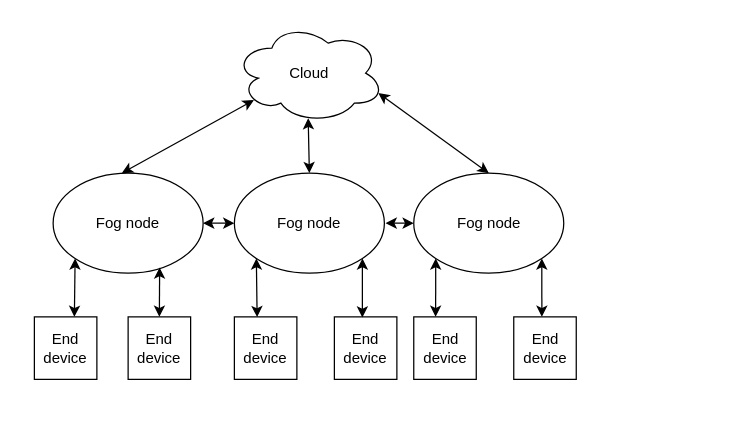
The draw.io diagram documents/figures/fog-computing-infrastructure.drawio in slienau/bachelor-thesis, before the edit. Source tidied: cells renumbered, new cells numbered last; positions are measured from the earlier drawing's top-left corner, leaving out a move shared by most shapes. Both pictures are drawn from the tidied source at 125%, with x=0, y=0 at pixel (34, 22). Pictures stored in the file or linked from it are replaced by grey dashed boxes.
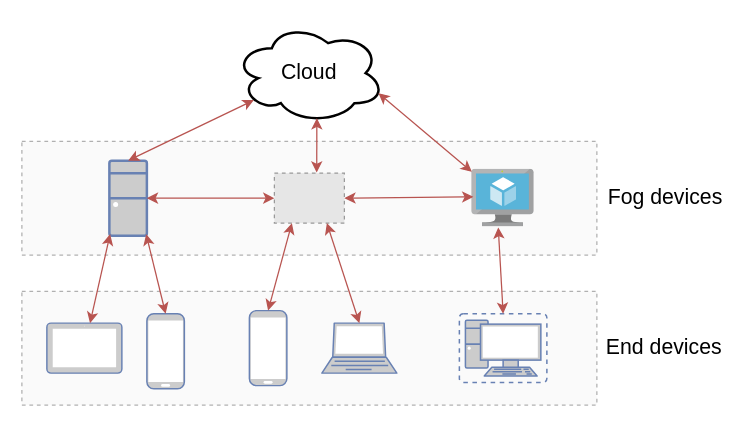
Above is the later version.

The edit, as a diff of the source:
```diff
@@
+    <mxCell id="23" style="rounded=0;whiteSpace=wrap;html=1;dashed=1;strokeWidth=1;fillColor=#f5f5f5;fontSize=17;opacity=50;strokeColor=#666666;fontColor=#333333;" parent="1" vertex="1">
+      <mxGeometry x="-10" y="214.5" width="460" height="91" as="geometry" />
+    </mxCell>
+    <mxCell id="24" style="rounded=0;whiteSpace=wrap;html=1;dashed=1;strokeWidth=1;fillColor=#f5f5f5;fontSize=17;opacity=50;strokeColor=#666666;fontColor=#333333;" parent="1" vertex="1">
+      <mxGeometry x="-10" y="94.5" width="460" height="91" as="geometry" />
+    </mxCell>
-    <mxCell id="2" value="Cloud" style="ellipse;shape=cloud;whiteSpace=wrap;html=1;" parent="1" vertex="1">
+    <mxCell id="2" value="Cloud" style="ellipse;shape=cloud;whiteSpace=wrap;html=1;strokeWidth=2;fontSize=17;fontStyle=0;" parent="1" vertex="1">
       <mxGeometry x="160" width="120" height="80" as="geometry" />
     </mxCell>
-    <mxCell id="3" value="Fog node" style="ellipse;whiteSpace=wrap;html=1;" parent="1" vertex="1">
-      <mxGeometry x="15" y="120" width="120" height="80" as="geometry" />
-    </mxCell>
-    <mxCell id="4" value="Fog node" style="ellipse;whiteSpace=wrap;html=1;" parent="1" vertex="1">
-      <mxGeometry x="160" y="120" width="120" height="80" as="geometry" />
-    </mxCell>
-    <mxCell id="5" value="Fog node" style="ellipse;whiteSpace=wrap;html=1;" parent="1" vertex="1">
-      <mxGeometry x="303.5" y="120" width="120" height="80" as="geometry" />
-    </mxCell>
-    <mxCell id="6" style="endArrow=classic;startArrow=classic;html=1;entryX=0.13;entryY=0.77;entryDx=0;entryDy=0;entryPerimeter=0;" parent="1" edge="1" target="2">
-      <mxGeometry relative="1" as="geometry">
-        <mxPoint x="70" y="120" as="sourcePoint" />
-      </mxGeometry>
-    </mxCell>
-    <mxCell id="7" style="endArrow=classic;startArrow=classic;html=1;exitX=0.5;exitY=0;exitDx=0;exitDy=0;entryX=0.492;entryY=0.95;entryDx=0;entryDy=0;entryPerimeter=0;" parent="1" edge="1" source="4" target="2">
-      <mxGeometry relative="1" as="geometry" />
-    </mxCell>
-    <mxCell id="8" style="endArrow=classic;startArrow=classic;html=1;exitX=0.5;exitY=0;exitDx=0;exitDy=0;entryX=0.96;entryY=0.7;entryDx=0;entryDy=0;entryPerimeter=0;" parent="1" edge="1" source="5" target="2">
-      <mxGeometry relative="1" as="geometry" />
-    </mxCell>
-    <mxCell id="9" value="End device" style="whiteSpace=wrap;html=1;" parent="1" vertex="1">
-      <mxGeometry y="235" width="50" height="50" as="geometry" />
-    </mxCell>
-    <mxCell id="10" value="End device" style="whiteSpace=wrap;html=1;" parent="1" vertex="1">
-      <mxGeometry x="75" y="235" width="50" height="50" as="geometry" />
-    </mxCell>
-    <mxCell id="11" value="End device" style="whiteSpace=wrap;html=1;" parent="1" vertex="1">
-      <mxGeometry x="383.5" y="235" width="50" height="50" as="geometry" />
-    </mxCell>
-    <mxCell id="12" value="End device" style="whiteSpace=wrap;html=1;" parent="1" vertex="1">
-      <mxGeometry x="303.5" y="235" width="50" height="50" as="geometry" />
-    </mxCell>
-    <mxCell id="13" value="End device" style="whiteSpace=wrap;html=1;" parent="1" vertex="1">
-      <mxGeometry x="240" y="235" width="50" height="50" as="geometry" />
-    </mxCell>
-    <mxCell id="14" value="End device" style="whiteSpace=wrap;html=1;" parent="1" vertex="1">
-      <mxGeometry x="160" y="235" width="50" height="50" as="geometry" />
-    </mxCell>
-    <mxCell id="15" style="endArrow=classic;startArrow=classic;html=1;entryX=0;entryY=1;entryDx=0;entryDy=0;exitX=0.64;exitY=0;exitDx=0;exitDy=0;exitPerimeter=0;" parent="1" edge="1" source="9" target="3">
-      <mxGeometry relative="1" as="geometry" />
-    </mxCell>
-    <mxCell id="16" style="endArrow=classic;startArrow=classic;html=1;exitX=0.5;exitY=0;exitDx=0;exitDy=0;entryX=0.71;entryY=0.944;entryDx=0;entryDy=0;entryPerimeter=0;" parent="1" edge="1" source="10" target="3">
-      <mxGeometry relative="1" as="geometry" />
-    </mxCell>
-    <mxCell id="17" style="endArrow=classic;startArrow=classic;html=1;entryX=0;entryY=1;entryDx=0;entryDy=0;exitX=0.364;exitY=0.004;exitDx=0;exitDy=0;exitPerimeter=0;" parent="1" edge="1" source="14" target="4">
-      <mxGeometry relative="1" as="geometry" />
-    </mxCell>
-    <mxCell id="18" style="endArrow=classic;startArrow=classic;html=1;entryX=1;entryY=1;entryDx=0;entryDy=0;exitX=0.448;exitY=0.01;exitDx=0;exitDy=0;exitPerimeter=0;" parent="1" edge="1" source="13" target="4">
-      <mxGeometry relative="1" as="geometry" />
-    </mxCell>
-    <mxCell id="19" style="endArrow=classic;startArrow=classic;html=1;entryX=0;entryY=1;entryDx=0;entryDy=0;exitX=0.35;exitY=0;exitDx=0;exitDy=0;exitPerimeter=0;" parent="1" edge="1" source="12" target="5">
-      <mxGeometry relative="1" as="geometry" />
-    </mxCell>
-    <mxCell id="20" style="endArrow=classic;startArrow=classic;html=1;entryX=1;entryY=1;entryDx=0;entryDy=0;" parent="1" edge="1" target="5">
-      <mxGeometry relative="1" as="geometry">
-        <mxPoint x="406" y="235" as="sourcePoint" />
-      </mxGeometry>
-    </mxCell>
-    <mxCell id="21" style="endArrow=classic;startArrow=classic;html=1;exitX=1;exitY=0.5;exitDx=0;exitDy=0;entryX=0;entryY=0.5;entryDx=0;entryDy=0;" parent="1" edge="1" source="3" target="4">
-      <mxGeometry relative="1" as="geometry" />
-    </mxCell>
-    <mxCell id="22" style="endArrow=classic;startArrow=classic;html=1;entryX=0;entryY=0.5;entryDx=0;entryDy=0;" parent="1" edge="1" target="5">
-      <mxGeometry relative="1" as="geometry">
-        <mxPoint x="281" y="160" as="sourcePoint" />
-      </mxGeometry>
-    </mxCell>
+    <mxCell id="25" style="fontColor=#0066CC;verticalAlign=top;verticalLabelPosition=bottom;labelPosition=center;align=center;html=1;outlineConnect=0;fillColor=#CCCCCC;strokeColor=#6881B3;gradientColor=none;gradientDirection=north;strokeWidth=2;shape=mxgraph.networks.mobile;" parent="1" vertex="1">
+      <mxGeometry x="90" y="232.5" width="30" height="60" as="geometry" />
+    </mxCell>
+    <mxCell id="26" style="fontColor=#0066CC;verticalAlign=top;verticalLabelPosition=bottom;labelPosition=center;align=center;html=1;outlineConnect=0;fillColor=#CCCCCC;strokeColor=#6881B3;gradientColor=none;gradientDirection=north;strokeWidth=2;shape=mxgraph.networks.tablet;" parent="1" vertex="1">
+      <mxGeometry x="10" y="240" width="60" height="40" as="geometry" />
+    </mxCell>
+    <mxCell id="27" style="fontColor=#0066CC;verticalAlign=top;verticalLabelPosition=bottom;labelPosition=center;align=center;html=1;outlineConnect=0;fillColor=#CCCCCC;strokeColor=#6881B3;gradientColor=none;gradientDirection=north;strokeWidth=2;shape=mxgraph.networks.virtual_pc;" parent="1" vertex="1">
+      <mxGeometry x="340" y="232.5" width="70" height="55" as="geometry" />
+    </mxCell>
+    <mxCell id="28" style="fontColor=#0066CC;verticalAlign=top;verticalLabelPosition=bottom;labelPosition=center;align=center;html=1;outlineConnect=0;fillColor=#CCCCCC;strokeColor=#6881B3;gradientColor=none;gradientDirection=north;strokeWidth=2;shape=mxgraph.networks.laptop;" parent="1" vertex="1">
+      <mxGeometry x="230" y="240" width="60" height="40" as="geometry" />
+    </mxCell>
+    <mxCell id="29" style="fontColor=#0066CC;verticalAlign=top;verticalLabelPosition=bottom;labelPosition=center;align=center;html=1;outlineConnect=0;fillColor=#CCCCCC;strokeColor=#6881B3;gradientColor=none;gradientDirection=north;strokeWidth=2;shape=mxgraph.networks.desktop_pc;" parent="1" vertex="1">
+      <mxGeometry x="60" y="110" width="30" height="60" as="geometry" />
+    </mxCell>
+    <mxCell id="30" style="fillColor=#E6E6E6;strokeColor=#999999;dashed=1;verticalLabelPosition=bottom;verticalAlign=top;" parent="1" vertex="1">
+      <mxGeometry x="192" y="120" width="56" height="40" as="geometry" />
+    </mxCell>
+    <mxCell id="31" style="html=1;points=[];align=center;image;fontSize=12;image=img/lib/mscae/Virtual_Machine.svg;strokeWidth=3;" parent="1" vertex="1">
+      <mxGeometry x="350" y="117" width="50" height="46" as="geometry" />
+    </mxCell>
+    <mxCell id="32" style="fontColor=#0066CC;verticalAlign=top;verticalLabelPosition=bottom;labelPosition=center;align=center;html=1;outlineConnect=0;fillColor=#CCCCCC;strokeColor=#6881B3;gradientColor=none;gradientDirection=north;strokeWidth=2;shape=mxgraph.networks.mobile;" parent="1" vertex="1">
+      <mxGeometry x="172" y="230" width="30" height="60" as="geometry" />
+    </mxCell>
+    <mxCell id="33" style="endArrow=classic;html=1;strokeWidth=1;entryX=0.13;entryY=0.77;entryDx=0;entryDy=0;entryPerimeter=0;exitX=0.5;exitY=0;exitDx=0;exitDy=0;exitPerimeter=0;fillColor=#f8cecc;strokeColor=#b85450;endFill=1;startArrow=classic;startFill=1;" parent="1" edge="1" source="29" target="2">
+      <mxGeometry relative="1" as="geometry" />
+    </mxCell>
+    <mxCell id="34" style="endArrow=classic;html=1;strokeWidth=1;entryX=0.55;entryY=0.95;entryDx=0;entryDy=0;entryPerimeter=0;exitX=0.605;exitY=-0.01;exitDx=0;exitDy=0;exitPerimeter=0;fillColor=#f8cecc;strokeColor=#b85450;endFill=1;startArrow=classic;startFill=1;" parent="1" edge="1" source="30" target="2">
+      <mxGeometry relative="1" as="geometry" />
+    </mxCell>
+    <mxCell id="35" style="endArrow=classic;html=1;strokeWidth=1;entryX=0.96;entryY=0.7;entryDx=0;entryDy=0;entryPerimeter=0;fillColor=#f8cecc;strokeColor=#b85450;endFill=1;startArrow=classic;startFill=1;" parent="1" edge="1" source="31" target="2">
+      <mxGeometry relative="1" as="geometry" />
+    </mxCell>
+    <mxCell id="36" style="endArrow=classic;html=1;strokeWidth=1;exitX=0.5;exitY=0;exitDx=0;exitDy=0;exitPerimeter=0;entryX=0.98;entryY=0.98;entryDx=0;entryDy=0;entryPerimeter=0;startArrow=classic;startFill=1;endFill=1;fillColor=#f8cecc;strokeColor=#b85450;" parent="1" edge="1" source="25" target="29">
+      <mxGeometry relative="1" as="geometry" />
+    </mxCell>
+    <mxCell id="37" style="endArrow=classic;html=1;strokeWidth=1;entryX=0.02;entryY=0.98;entryDx=0;entryDy=0;entryPerimeter=0;startArrow=classic;startFill=1;endFill=1;fillColor=#f8cecc;strokeColor=#b85450;" parent="1" edge="1" source="26" target="29">
+      <mxGeometry relative="1" as="geometry" />
+    </mxCell>
+    <mxCell id="38" style="endArrow=classic;html=1;strokeWidth=1;entryX=0.25;entryY=1;entryDx=0;entryDy=0;exitX=0.5;exitY=0;exitDx=0;exitDy=0;exitPerimeter=0;startArrow=classic;startFill=1;endFill=1;fillColor=#f8cecc;strokeColor=#b85450;" parent="1" edge="1" source="32" target="30">
+      <mxGeometry relative="1" as="geometry" />
+    </mxCell>
+    <mxCell id="39" style="endArrow=classic;html=1;strokeWidth=1;exitX=0.5;exitY=0;exitDx=0;exitDy=0;exitPerimeter=0;entryX=0.75;entryY=1;entryDx=0;entryDy=0;startArrow=classic;startFill=1;endFill=1;fillColor=#f8cecc;strokeColor=#b85450;" parent="1" edge="1" source="28" target="30">
+      <mxGeometry relative="1" as="geometry" />
+    </mxCell>
+    <mxCell id="40" style="endArrow=classic;html=1;strokeWidth=1;entryX=0.422;entryY=1.009;entryDx=0;entryDy=0;exitX=0.5;exitY=0;exitDx=0;exitDy=0;exitPerimeter=0;entryPerimeter=0;startArrow=classic;startFill=1;endFill=1;fillColor=#f8cecc;strokeColor=#b85450;" parent="1" edge="1" source="27" target="31">
+      <mxGeometry relative="1" as="geometry" />
+    </mxCell>
+    <mxCell id="41" style="endArrow=classic;html=1;strokeWidth=1;fontSize=17;entryX=1;entryY=0.5;entryDx=0;entryDy=0;entryPerimeter=0;exitX=0;exitY=0.5;exitDx=0;exitDy=0;fillColor=#f8cecc;strokeColor=#b85450;endFill=1;startArrow=classic;startFill=1;" parent="1" edge="1" source="30" target="29">
+      <mxGeometry relative="1" as="geometry" />
+    </mxCell>
+    <mxCell id="42" style="endArrow=classic;html=1;strokeWidth=1;fontSize=17;entryX=1;entryY=0.5;entryDx=0;entryDy=0;exitX=0.023;exitY=0.478;exitDx=0;exitDy=0;exitPerimeter=0;fillColor=#f8cecc;strokeColor=#b85450;endFill=1;startArrow=classic;startFill=1;" parent="1" edge="1" source="31" target="30">
+      <mxGeometry relative="1" as="geometry" />
+    </mxCell>
+    <mxCell id="43" value="Fog devices" style="text;html=1;strokeColor=none;fillColor=none;align=center;verticalAlign=middle;whiteSpace=wrap;rounded=0;dashed=1;fontSize=17;opacity=50;" parent="1" vertex="1">
+      <mxGeometry x="455" y="130" width="100" height="20" as="geometry" />
+    </mxCell>
+    <mxCell id="44" value="End devices" style="text;html=1;strokeColor=none;fillColor=none;align=center;verticalAlign=middle;whiteSpace=wrap;rounded=0;dashed=1;fontSize=17;opacity=50;" parent="1" vertex="1">
+      <mxGeometry x="454" y="250" width="100" height="20" as="geometry" />
+    </mxCell>
```
